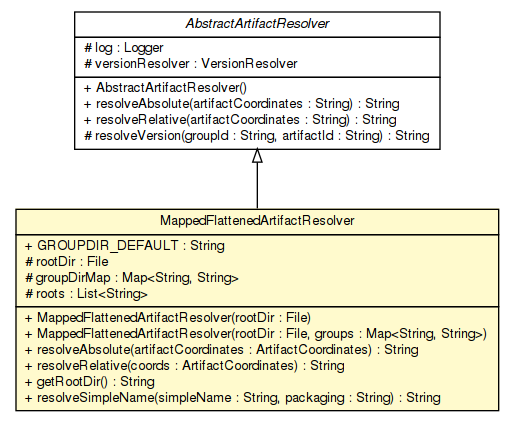
Before: apidocs/sorcer/resolver/MappedFlattenedArtifactResolver.png, a diagram exported from Graphviz (sorcersoft/sorcersoft.github.io). Its source is kept beside it as apidocs/sorcer/resolver/MappedFlattenedArtifactResolver.dot.
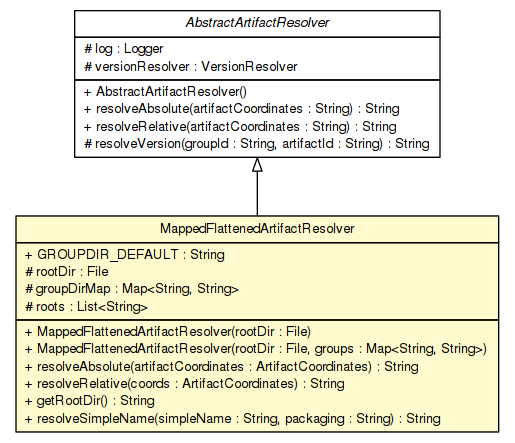
After the change.

Change to the diagram source:
```diff
@@ -4,7 +4,22 @@
 	node [fontname="Helvetica",fontsize=10,shape=plaintext];
 	nodesep=0.25;
 	ranksep=0.5;
-	c283754 [label=<<table title="sorcer.resolver.MappedFlattenedArtifactResolver" border="0" cellborder="1" cellspacing="0" cellpadding="2" port="p" bgcolor="lemonChiffon" href="./MappedFlattenedArtifactResolver.html">
+	c322650 [label=<<table title="sorcer.resolver.AbstractArtifactResolver" border="0" cellborder="1" cellspacing="0" cellpadding="2" port="p" href="./AbstractArtifactResolver.html">
+		<tr><td><table border="0" cellspacing="0" cellpadding="1">
+<tr><td align="center" balign="center"><font face="Helvetica-Oblique"> AbstractArtifactResolver </font></td></tr>
+		</table></td></tr>
+		<tr><td><table border="0" cellspacing="0" cellpadding="1">
+<tr><td align="left" balign="left"> # log : Logger </td></tr>
+<tr><td align="left" balign="left"> # versionResolver : VersionResolver </td></tr>
+		</table></td></tr>
+		<tr><td><table border="0" cellspacing="0" cellpadding="1">
+<tr><td align="left" balign="left"> + AbstractArtifactResolver() </td></tr>
+<tr><td align="left" balign="left"> + resolveAbsolute(artifactCoordinates : String) : String </td></tr>
+<tr><td align="left" balign="left"> + resolveRelative(artifactCoordinates : String) : String </td></tr>
+<tr><td align="left" balign="left"> # resolveVersion(groupId : String, artifactId : String) : String </td></tr>
+		</table></td></tr>
+		</table>>, URL="./AbstractArtifactResolver.html", fontname="Helvetica", fontcolor="black", fontsize=10.0];
+	c322651 [label=<<table title="sorcer.resolver.MappedFlattenedArtifactResolver" border="0" cellborder="1" cellspacing="0" cellpadding="2" port="p" bgcolor="lemonChiffon" href="./MappedFlattenedArtifactResolver.html">
 		<tr><td><table border="0" cellspacing="0" cellpadding="1">
 <tr><td align="center" balign="center"> MappedFlattenedArtifactResolver </td></tr>
 		</table></td></tr>
@@ -23,20 +38,5 @@
 <tr><td align="left" balign="left"> + resolveSimpleName(simpleName : String, packaging : String) : String </td></tr>
 		</table></td></tr>
 		</table>>, URL="./MappedFlattenedArtifactResolver.html", fontname="Helvetica", fontcolor="black", fontsize=10.0];
-	c283755 [label=<<table title="sorcer.resolver.AbstractArtifactResolver" border="0" cellborder="1" cellspacing="0" cellpadding="2" port="p" href="./AbstractArtifactResolver.html">
-		<tr><td><table border="0" cellspacing="0" cellpadding="1">
-<tr><td align="center" balign="center"><font face="Helvetica-Oblique"> AbstractArtifactResolver </font></td></tr>
-		</table></td></tr>
-		<tr><td><table border="0" cellspacing="0" cellpadding="1">
-<tr><td align="left" balign="left"> # log : Logger </td></tr>
-<tr><td align="left" balign="left"> # versionResolver : VersionResolver </td></tr>
-		</table></td></tr>
-		<tr><td><table border="0" cellspacing="0" cellpadding="1">
-<tr><td align="left" balign="left"> + AbstractArtifactResolver() </td></tr>
-<tr><td align="left" balign="left"> + resolveAbsolute(artifactCoordinates : String) : String </td></tr>
-<tr><td align="left" balign="left"> + resolveRelative(artifactCoordinates : String) : String </td></tr>
-<tr><td align="left" balign="left"> # resolveVersion(groupId : String, artifactId : String) : String </td></tr>
-		</table></td></tr>
-		</table>>, URL="./AbstractArtifactResolver.html", fontname="Helvetica", fontcolor="black", fontsize=10.0];
-	c283755:p -> c283754:p [dir=back,arrowtail=empty];
+	c322650:p -> c322651:p [dir=back,arrowtail=empty];
 }
```
